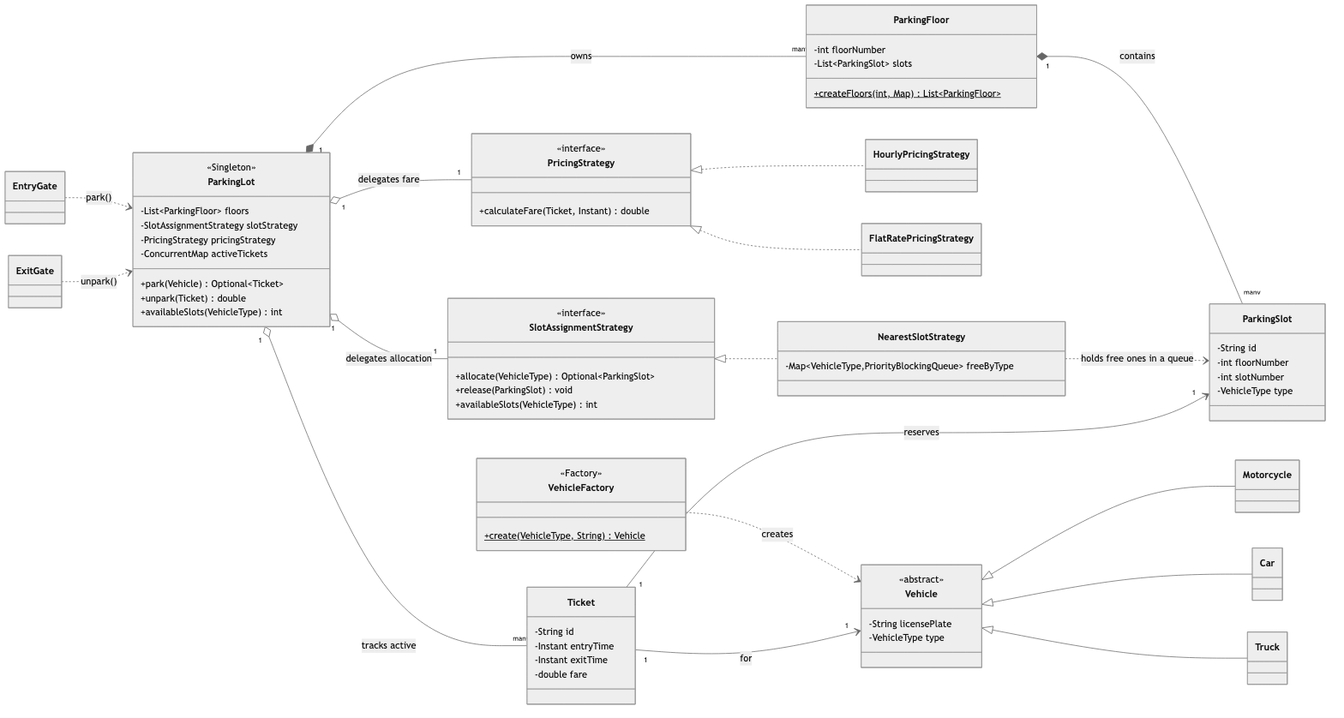
Above: src/MachineCoding_LLD/LLD_Interview_Problems/_01_Easy_ParkingLotSystem/assets/class-diagram.png in AlvinBAnerjee/Interview_and_Competitive_Programming (Mermaid), before the change. Its source is kept beside it as src/MachineCoding_LLD/LLD_Interview_Problems/_01_Easy_ParkingLotSystem/assets/class-diagram.mmd.
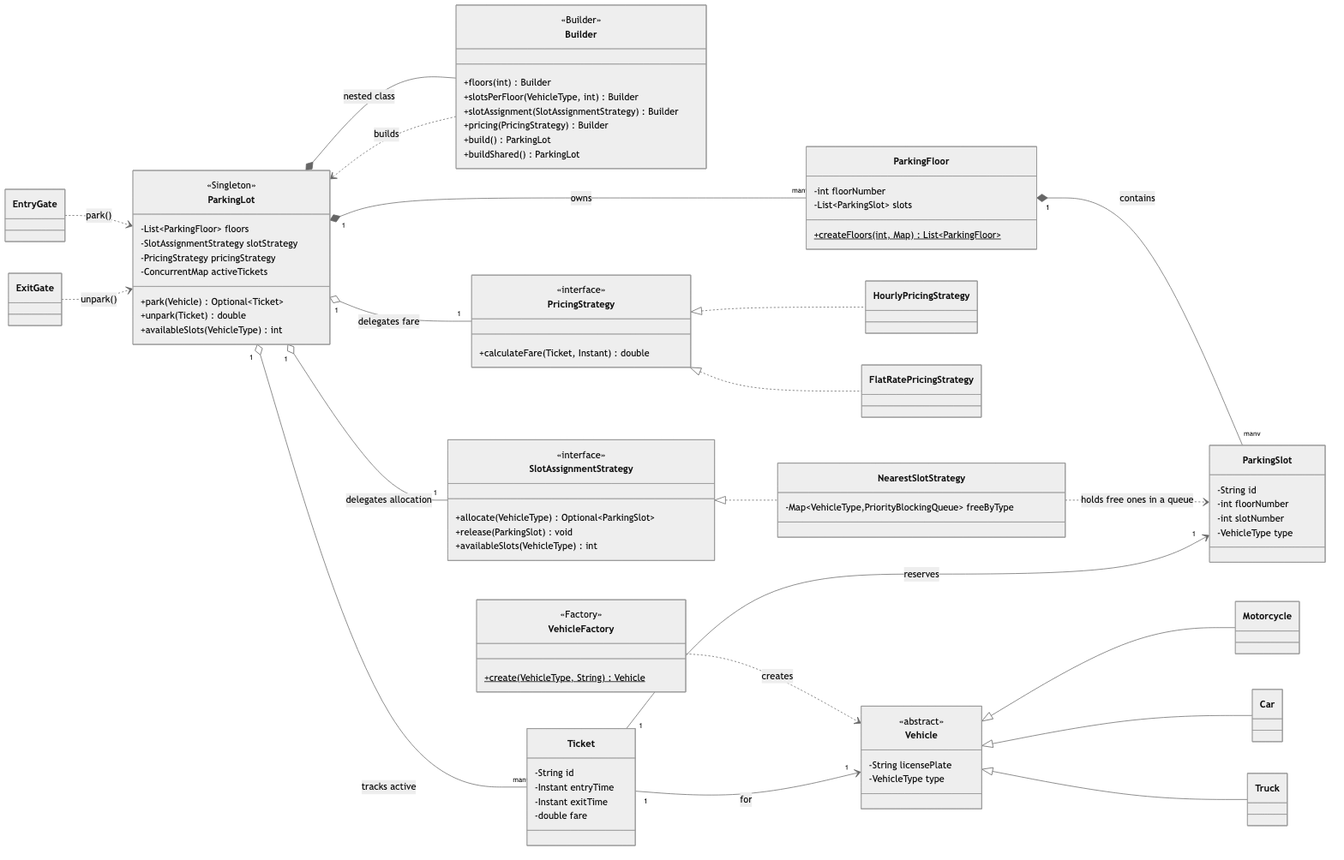
Later version of the same file.

Commit message:
Add a fluent Builder for setting up a ParkingLot

What changed in the source:
```diff
@@ -11,6 +11,16 @@
         +park(Vehicle) Optional~Ticket~
         +unpark(Ticket) double
         +availableSlots(VehicleType) int
+    }
+
+    class Builder {
+        <<Builder>>
+        +floors(int) Builder
+        +slotsPerFloor(VehicleType, int) Builder
+        +slotAssignment(SlotAssignmentStrategy) Builder
+        +pricing(PricingStrategy) Builder
+        +build() ParkingLot
+        +buildShared() ParkingLot
     }
 
     class SlotAssignmentStrategy {
@@ -64,6 +74,8 @@
     class EntryGate
     class ExitGate
 
+    ParkingLot *-- Builder : nested class
+    Builder ..> ParkingLot : builds
     ParkingLot "1" o-- "1" SlotAssignmentStrategy : delegates allocation
     ParkingLot "1" o-- "1" PricingStrategy : delegates fare
     ParkingLot "1" *-- "many" ParkingFloor : owns
```
